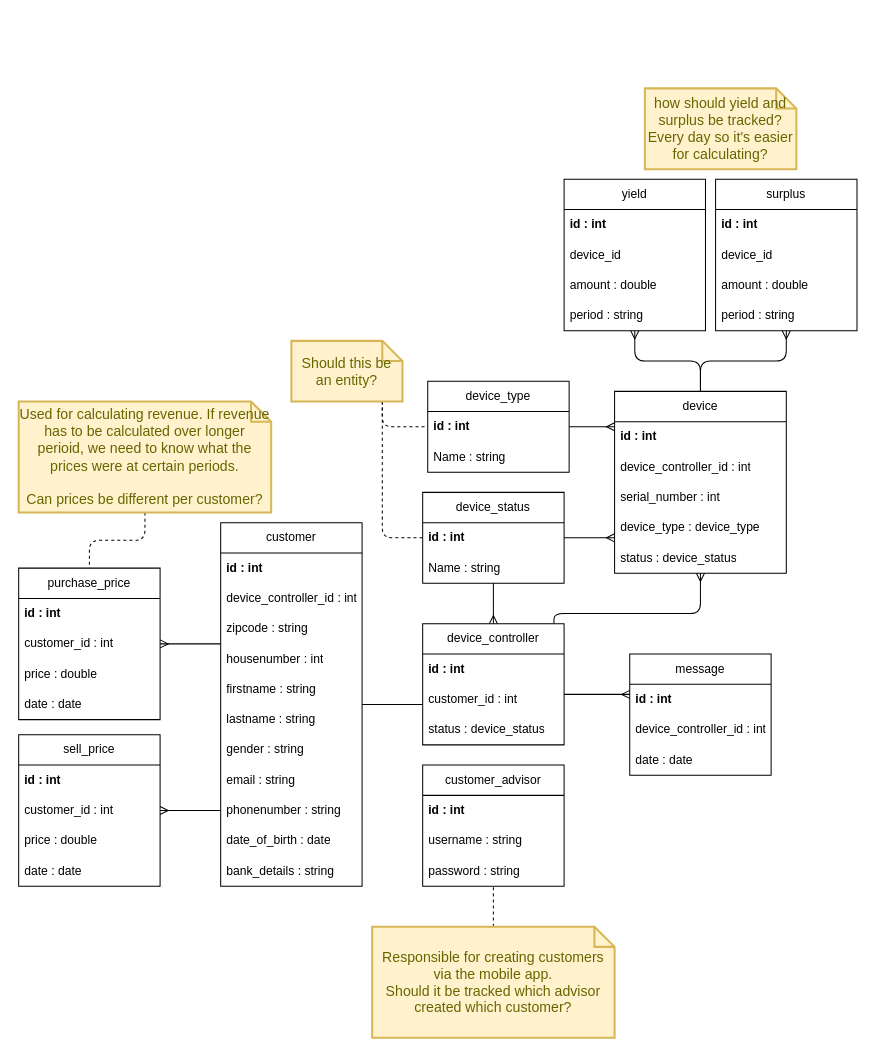
The draw.io diagram diagrams/ERD/ERD.drawio in JochemGrootherder/educom-ecopowrrr, before the edit. Source tidied: cells renumbered, new cells numbered last; positions are measured from the earlier drawing's top-left corner, leaving out a move shared by most shapes. Both pictures are drawn from the tidied source at 101%, with x=0, y=0 at pixel (18, 88).
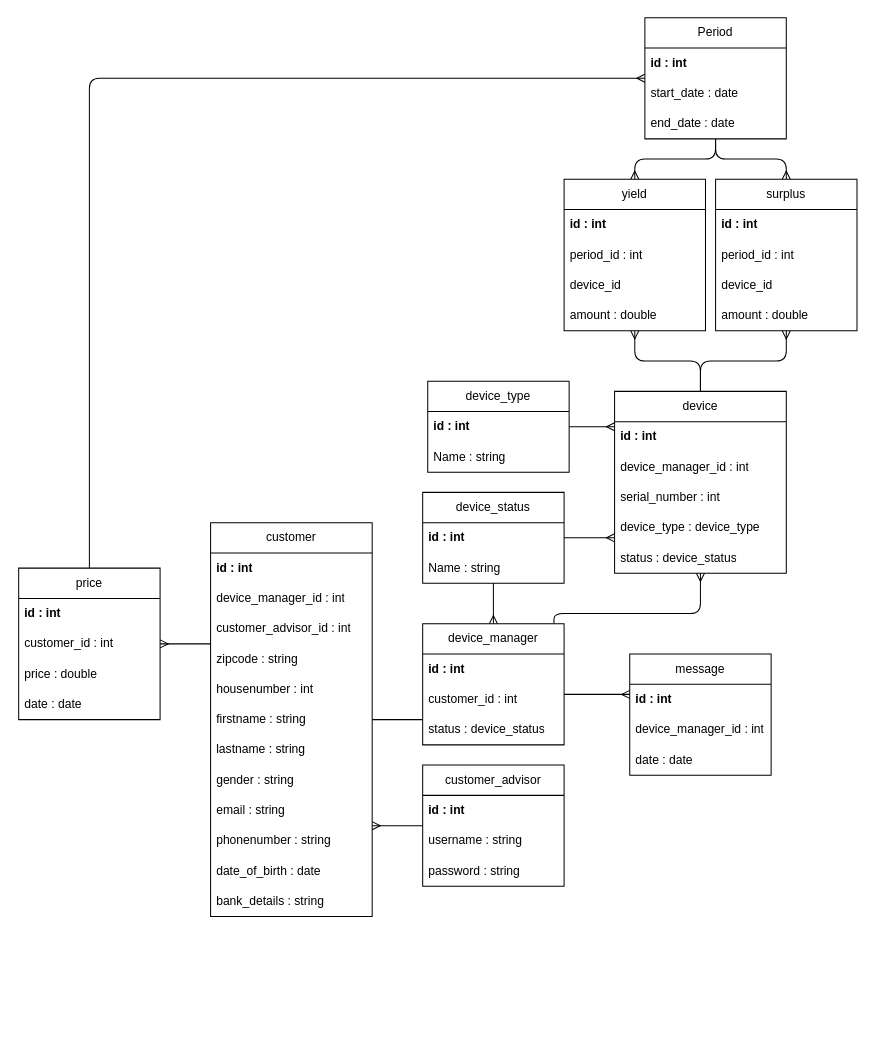
The same diagram, later.

Commit message (it also covers changes not shown here):
ERD definitive

Unchanged cells that the change refers to:
```xml
<mxCell id="2" value="customer_advisor" style="swimlane;fontStyle=0;horizontal=1;startSize=30;whiteSpace=wrap;html=1;fontSize=12;" parent="1" vertex="1">
  <mxGeometry x="400" y="670" width="140" height="120" as="geometry" />
</mxCell>
<mxCell id="12" value="device_status" style="swimlane;fontStyle=0;horizontal=1;startSize=30;whiteSpace=wrap;html=1;fontSize=12;" parent="1" vertex="1">
  <mxGeometry x="400" y="400" width="140" height="90" as="geometry" />
</mxCell>
<mxCell id="17" value="device" style="swimlane;fontStyle=0;horizontal=1;startSize=30;whiteSpace=wrap;html=1;fontSize=12;" parent="1" vertex="1">
  <mxGeometry x="590" y="300" width="170" height="180" as="geometry" />
</mxCell>
<mxCell id="24" value="device_type" style="swimlane;fontStyle=0;horizontal=1;startSize=30;whiteSpace=wrap;html=1;fontSize=12;" parent="1" vertex="1">
  <mxGeometry x="405" y="290" width="140" height="90" as="geometry" />
</mxCell>
<mxCell id="43" value="message" style="swimlane;fontStyle=0;horizontal=1;startSize=30;whiteSpace=wrap;html=1;fontSize=12;" parent="1" vertex="1">
  <mxGeometry x="605" y="560" width="140" height="120" as="geometry" />
</mxCell>
<mxCell id="51" value="yield" style="swimlane;fontStyle=0;horizontal=1;startSize=30;whiteSpace=wrap;html=1;fontSize=12;" parent="1" vertex="1">
  <mxGeometry x="540" y="90" width="140" height="150" as="geometry" />
</mxCell>
<mxCell id="56" value="surplus" style="swimlane;fontStyle=0;horizontal=1;startSize=30;whiteSpace=wrap;html=1;fontSize=12;" parent="1" vertex="1">
  <mxGeometry x="690" y="90" width="140" height="150" as="geometry" />
</mxCell>
```

What changed in the source:
```diff
@@
+    <mxCell id="76" style="edgeStyle=orthogonalEdgeStyle;html=1;startArrow=none;startFill=0;endArrow=ERmany;endFill=0;" parent="1" edge="1" source="2" target="30">
+      <mxGeometry relative="1" as="geometry">
+        <Array as="points">
+          <mxPoint x="360" y="730" />
+          <mxPoint x="360" y="730" />
+        </Array>
+      </mxGeometry>
+    </mxCell>
@@
-    <mxCell id="8" value="device_controller" style="swimlane;fontStyle=0;horizontal=1;startSize=30;whiteSpace=wrap;html=1;fontSize=12;" parent="1" vertex="1">
+    <mxCell id="8" value="device_manager" style="swimlane;fontStyle=0;horizontal=1;startSize=30;whiteSpace=wrap;html=1;fontSize=12;" parent="1" vertex="1">
       <mxGeometry x="400" y="530" width="140" height="120" as="geometry" />
     </mxCell>
@@
-    <mxCell id="19" value="device_controller_id : int" style="text;strokeColor=none;fillColor=none;align=left;verticalAlign=middle;spacingLeft=4;spacingRight=4;overflow=hidden;whiteSpace=wrap;html=1;fontSize=12;fontStyle=0;" parent="17" vertex="1">
+    <mxCell id="19" value="device_manager_id : int" style="text;strokeColor=none;fillColor=none;align=left;verticalAlign=middle;spacingLeft=4;spacingRight=4;overflow=hidden;whiteSpace=wrap;html=1;fontSize=12;fontStyle=0;" parent="17" vertex="1">
       <mxGeometry y="60" width="170" height="30" as="geometry" />
     </mxCell>
@@
-    <mxCell id="29" style="edgeStyle=orthogonalEdgeStyle;html=1;startArrow=none;startFill=0;endArrow=ERmany;endFill=0;" parent="1" edge="1" source="30" target="67">
-      <mxGeometry relative="1" as="geometry">
-        <Array as="points">
-          <mxPoint x="180" y="715" />
-          <mxPoint x="180" y="715" />
-        </Array>
-      </mxGeometry>
-    </mxCell>
     <mxCell id="30" value="customer" style="swimlane;fontStyle=0;horizontal=1;startSize=30;whiteSpace=wrap;html=1;fontSize=12;" parent="1" vertex="1">
-      <mxGeometry x="200" y="430" width="140" height="360" as="geometry" />
+      <mxGeometry x="190" y="430" width="160" height="390" as="geometry" />
     </mxCell>
     <mxCell id="31" value="id : int" style="text;strokeColor=none;fillColor=none;align=left;verticalAlign=middle;spacingLeft=4;spacingRight=4;overflow=hidden;whiteSpace=wrap;html=1;fontSize=12;fontStyle=1;" parent="30" vertex="1">
-      <mxGeometry y="30" width="140" height="30" as="geometry" />
+      <mxGeometry y="30" width="160" height="30" as="geometry" />
     </mxCell>
-    <mxCell id="32" value="device_controller_id : int" style="text;strokeColor=none;fillColor=none;align=left;verticalAlign=middle;spacingLeft=4;spacingRight=4;overflow=hidden;whiteSpace=wrap;html=1;fontSize=12;fontStyle=0;" parent="30" vertex="1">
-      <mxGeometry y="60" width="140" height="30" as="geometry" />
+    <mxCell id="32" value="device_manager_id : int" style="text;strokeColor=none;fillColor=none;align=left;verticalAlign=middle;spacingLeft=4;spacingRight=4;overflow=hidden;whiteSpace=wrap;html=1;fontSize=12;fontStyle=0;" parent="30" vertex="1">
+      <mxGeometry y="60" width="160" height="30" as="geometry" />
     </mxCell>
+    <mxCell id="77" value="customer_advisor_id : int" style="text;strokeColor=none;fillColor=none;align=left;verticalAlign=middle;spacingLeft=4;spacingRight=4;overflow=hidden;whiteSpace=wrap;html=1;fontSize=12;fontStyle=0;" parent="30" vertex="1">
+      <mxGeometry y="90" width="160" height="30" as="geometry" />
+    </mxCell>
     <mxCell id="33" value="zipcode : string" style="text;strokeColor=none;fillColor=none;align=left;verticalAlign=middle;spacingLeft=4;spacingRight=4;overflow=hidden;whiteSpace=wrap;html=1;fontSize=12;fontStyle=0;" parent="30" vertex="1">
-      <mxGeometry y="90" width="140" height="30" as="geometry" />
+      <mxGeometry y="120" width="160" height="30" as="geometry" />
     </mxCell>
     <mxCell id="34" value="housenumber : int" style="text;strokeColor=none;fillColor=none;align=left;verticalAlign=middle;spacingLeft=4;spacingRight=4;overflow=hidden;whiteSpace=wrap;html=1;fontSize=12;fontStyle=0;" parent="30" vertex="1">
-      <mxGeometry y="120" width="140" height="30" as="geometry" />
+      <mxGeometry y="150" width="160" height="30" as="geometry" />
     </mxCell>
     <mxCell id="35" value="firstname : string" style="text;strokeColor=none;fillColor=none;align=left;verticalAlign=middle;spacingLeft=4;spacingRight=4;overflow=hidden;whiteSpace=wrap;html=1;fontSize=12;fontStyle=0;" parent="30" vertex="1">
-      <mxGeometry y="150" width="140" height="30" as="geometry" />
+      <mxGeometry y="180" width="160" height="30" as="geometry" />
     </mxCell>
     <mxCell id="36" value="lastname : string" style="text;strokeColor=none;fillColor=none;align=left;verticalAlign=middle;spacingLeft=4;spacingRight=4;overflow=hidden;whiteSpace=wrap;html=1;fontSize=12;fontStyle=0;" parent="30" vertex="1">
-      <mxGeometry y="180" width="140" height="30" as="geometry" />
+      <mxGeometry y="210" width="160" height="30" as="geometry" />
     </mxCell>
     <mxCell id="37" value="gender : string" style="text;strokeColor=none;fillColor=none;align=left;verticalAlign=middle;spacingLeft=4;spacingRight=4;overflow=hidden;whiteSpace=wrap;html=1;fontSize=12;fontStyle=0;" parent="30" vertex="1">
-      <mxGeometry y="210" width="140" height="30" as="geometry" />
+      <mxGeometry y="240" width="160" height="30" as="geometry" />
     </mxCell>
     <mxCell id="38" value="email : string" style="text;strokeColor=none;fillColor=none;align=left;verticalAlign=middle;spacingLeft=4;spacingRight=4;overflow=hidden;whiteSpace=wrap;html=1;fontSize=12;fontStyle=0;" parent="30" vertex="1">
-      <mxGeometry y="240" width="140" height="30" as="geometry" />
+      <mxGeometry y="270" width="160" height="30" as="geometry" />
     </mxCell>
     <mxCell id="39" value="phonenumber : string" style="text;strokeColor=none;fillColor=none;align=left;verticalAlign=middle;spacingLeft=4;spacingRight=4;overflow=hidden;whiteSpace=wrap;html=1;fontSize=12;fontStyle=0;" parent="30" vertex="1">
-      <mxGeometry y="270" width="140" height="30" as="geometry" />
+      <mxGeometry y="300" width="160" height="30" as="geometry" />
     </mxCell>
     <mxCell id="40" value="date_of_birth : date" style="text;strokeColor=none;fillColor=none;align=left;verticalAlign=middle;spacingLeft=4;spacingRight=4;overflow=hidden;whiteSpace=wrap;html=1;fontSize=12;fontStyle=0;" parent="30" vertex="1">
-      <mxGeometry y="300" width="140" height="30" as="geometry" />
+      <mxGeometry y="330" width="160" height="30" as="geometry" />
     </mxCell>
     <mxCell id="41" value="bank_details : string" style="text;strokeColor=none;fillColor=none;align=left;verticalAlign=middle;spacingLeft=4;spacingRight=4;overflow=hidden;whiteSpace=wrap;html=1;fontSize=12;fontStyle=0;" parent="30" vertex="1">
-      <mxGeometry y="330" width="140" height="30" as="geometry" />
+      <mxGeometry y="360" width="160" height="30" as="geometry" />
     </mxCell>
@@
-    <mxCell id="45" value="device_controller_id : int" style="text;strokeColor=none;fillColor=none;align=left;verticalAlign=middle;spacingLeft=4;spacingRight=4;overflow=hidden;whiteSpace=wrap;html=1;fontSize=12;fontStyle=0;" parent="43" vertex="1">
+    <mxCell id="45" value="device_manager_id : int" style="text;strokeColor=none;fillColor=none;align=left;verticalAlign=middle;spacingLeft=4;spacingRight=4;overflow=hidden;whiteSpace=wrap;html=1;fontSize=12;fontStyle=0;" parent="43" vertex="1">
       <mxGeometry y="60" width="140" height="30" as="geometry" />
     </mxCell>
@@
-    <mxCell id="48" style="edgeStyle=orthogonalEdgeStyle;html=1;startArrow=none;startFill=0;endArrow=none;endFill=0;dashed=1;" parent="1" edge="1" source="50" target="12">
-      <mxGeometry relative="1" as="geometry">
-        <Array as="points">
-          <mxPoint x="360" y="445" />
-        </Array>
-      </mxGeometry>
-    </mxCell>
-    <mxCell id="49" style="edgeStyle=orthogonalEdgeStyle;html=1;dashed=1;startArrow=none;startFill=0;endArrow=none;endFill=0;" parent="1" edge="1" source="50" target="24">
-      <mxGeometry relative="1" as="geometry">
-        <Array as="points">
-          <mxPoint x="360" y="335" />
-        </Array>
-      </mxGeometry>
-    </mxCell>
-    <mxCell id="50" value="Should this be an entity?" style="shape=note;strokeWidth=2;fontSize=14;size=20;whiteSpace=wrap;html=1;fillColor=#fff2cc;strokeColor=#d6b656;fontColor=#666600;" parent="1" vertex="1">
-      <mxGeometry x="270" y="250" width="110" height="60" as="geometry" />
-    </mxCell>
@@
+    <mxCell id="55" value="period_id : int" style="text;strokeColor=none;fillColor=none;align=left;verticalAlign=middle;spacingLeft=4;spacingRight=4;overflow=hidden;whiteSpace=wrap;html=1;fontSize=12;fontStyle=0;" parent="51" vertex="1">
+      <mxGeometry y="60" width="140" height="30" as="geometry" />
+    </mxCell>
     <mxCell id="53" value="device_id" style="text;strokeColor=none;fillColor=none;align=left;verticalAlign=middle;spacingLeft=4;spacingRight=4;overflow=hidden;whiteSpace=wrap;html=1;fontSize=12;fontStyle=0;" parent="51" vertex="1">
-      <mxGeometry y="60" width="140" height="30" as="geometry" />
+      <mxGeometry y="90" width="140" height="30" as="geometry" />
     </mxCell>
     <mxCell id="54" value="amount : double" style="text;strokeColor=none;fillColor=none;align=left;verticalAlign=middle;spacingLeft=4;spacingRight=4;overflow=hidden;whiteSpace=wrap;html=1;fontSize=12;fontStyle=0;" parent="51" vertex="1">
-      <mxGeometry y="90" width="140" height="30" as="geometry" />
+      <mxGeometry y="120" width="140" height="30" as="geometry" />
     </mxCell>
-    <mxCell id="55" value="period : string" style="text;strokeColor=none;fillColor=none;align=left;verticalAlign=middle;spacingLeft=4;spacingRight=4;overflow=hidden;whiteSpace=wrap;html=1;fontSize=12;fontStyle=0;" parent="51" vertex="1">
-      <mxGeometry y="120" width="140" height="30" as="geometry" />
-    </mxCell>
@@
+    <mxCell id="60" value="period_id : int" style="text;strokeColor=none;fillColor=none;align=left;verticalAlign=middle;spacingLeft=4;spacingRight=4;overflow=hidden;whiteSpace=wrap;html=1;fontSize=12;fontStyle=0;" parent="56" vertex="1">
+      <mxGeometry y="60" width="140" height="30" as="geometry" />
+    </mxCell>
     <mxCell id="58" value="device_id" style="text;strokeColor=none;fillColor=none;align=left;verticalAlign=middle;spacingLeft=4;spacingRight=4;overflow=hidden;whiteSpace=wrap;html=1;fontSize=12;fontStyle=0;" parent="56" vertex="1">
-      <mxGeometry y="60" width="140" height="30" as="geometry" />
+      <mxGeometry y="90" width="140" height="30" as="geometry" />
     </mxCell>
     <mxCell id="59" value="amount : double" style="text;strokeColor=none;fillColor=none;align=left;verticalAlign=middle;spacingLeft=4;spacingRight=4;overflow=hidden;whiteSpace=wrap;html=1;fontSize=12;fontStyle=0;" parent="56" vertex="1">
-      <mxGeometry y="90" width="140" height="30" as="geometry" />
+      <mxGeometry y="120" width="140" height="30" as="geometry" />
     </mxCell>
-    <mxCell id="60" value="period : string" style="text;strokeColor=none;fillColor=none;align=left;verticalAlign=middle;spacingLeft=4;spacingRight=4;overflow=hidden;whiteSpace=wrap;html=1;fontSize=12;fontStyle=0;" parent="56" vertex="1">
-      <mxGeometry y="120" width="140" height="30" as="geometry" />
-    </mxCell>
-    <mxCell id="61" value="how should yield and surplus be tracked? Every day so it's easier for calculating?" style="shape=note;strokeWidth=2;fontSize=14;size=20;whiteSpace=wrap;html=1;fillColor=#fff2cc;strokeColor=#d6b656;fontColor=#666600;" parent="1" vertex="1">
-      <mxGeometry x="620" width="150" height="80" as="geometry" />
-    </mxCell>
+    <mxCell id="78" style="edgeStyle=orthogonalEdgeStyle;html=1;startArrow=none;startFill=0;endArrow=ERmany;endFill=0;" parent="1" edge="1" source="62" target="81">
+      <mxGeometry relative="1" as="geometry">
+        <Array as="points">
+          <mxPoint x="70" y="-10" />
+        </Array>
+      </mxGeometry>
+    </mxCell>
-    <mxCell id="62" value="purchase_price" style="swimlane;fontStyle=0;horizontal=1;startSize=30;whiteSpace=wrap;html=1;fontSize=12;" parent="1" vertex="1">
+    <mxCell id="62" value="price" style="swimlane;fontStyle=0;horizontal=1;startSize=30;whiteSpace=wrap;html=1;fontSize=12;" parent="1" vertex="1">
       <mxGeometry y="475" width="140" height="150" as="geometry" />
     </mxCell>
@@
-    <mxCell id="67" value="sell_price" style="swimlane;fontStyle=0;horizontal=1;startSize=30;whiteSpace=wrap;html=1;fontSize=12;" parent="1" vertex="1">
-      <mxGeometry y="640" width="140" height="150" as="geometry" />
-    </mxCell>
+    <mxCell id="79" style="edgeStyle=orthogonalEdgeStyle;html=1;startArrow=none;startFill=0;endArrow=ERmany;endFill=0;" parent="1" edge="1" source="81" target="56">
+      <mxGeometry relative="1" as="geometry" />
+    </mxCell>
+    <mxCell id="80" style="edgeStyle=orthogonalEdgeStyle;html=1;startArrow=none;startFill=0;endArrow=ERmany;endFill=0;" parent="1" edge="1" source="81" target="51">
+      <mxGeometry relative="1" as="geometry" />
+    </mxCell>
+    <mxCell id="81" value="Period" style="swimlane;fontStyle=0;horizontal=1;startSize=30;whiteSpace=wrap;html=1;fontSize=12;" parent="1" vertex="1">
+      <mxGeometry x="620" y="-70" width="140" height="120" as="geometry" />
+    </mxCell>
-    <mxCell id="68" value="id : int" style="text;strokeColor=none;fillColor=none;align=left;verticalAlign=middle;spacingLeft=4;spacingRight=4;overflow=hidden;whiteSpace=wrap;html=1;fontSize=12;fontStyle=1;" parent="67" vertex="1">
+    <mxCell id="68" value="id : int" style="text;strokeColor=none;fillColor=none;align=left;verticalAlign=middle;spacingLeft=4;spacingRight=4;overflow=hidden;whiteSpace=wrap;html=1;fontSize=12;fontStyle=1;" parent="81" vertex="1">
       <mxGeometry y="30" width="140" height="30" as="geometry" />
     </mxCell>
-    <mxCell id="69" value="customer_id : int" style="text;strokeColor=none;fillColor=none;align=left;verticalAlign=middle;spacingLeft=4;spacingRight=4;overflow=hidden;whiteSpace=wrap;html=1;fontSize=12;fontStyle=0;" parent="67" vertex="1">
-      <mxGeometry y="60" width="140" height="30" as="geometry" />
-    </mxCell>
-    <mxCell id="70" value="price : double" style="text;strokeColor=none;fillColor=none;align=left;verticalAlign=middle;spacingLeft=4;spacingRight=4;overflow=hidden;whiteSpace=wrap;html=1;fontSize=12;fontStyle=0;" parent="67" vertex="1">
-      <mxGeometry y="90" width="140" height="30" as="geometry" />
-    </mxCell>
-    <mxCell id="71" value="date : date" style="text;strokeColor=none;fillColor=none;align=left;verticalAlign=middle;spacingLeft=4;spacingRight=4;overflow=hidden;whiteSpace=wrap;html=1;fontSize=12;fontStyle=0;" parent="67" vertex="1">
-      <mxGeometry y="120" width="140" height="30" as="geometry" />
-    </mxCell>
-    <mxCell id="72" style="edgeStyle=orthogonalEdgeStyle;html=1;startArrow=none;startFill=0;endArrow=none;endFill=0;dashed=1;" parent="1" edge="1" source="73" target="2">
-      <mxGeometry relative="1" as="geometry" />
-    </mxCell>
-    <mxCell id="73" value="Responsible for creating customers via the mobile app.&lt;br&gt;Should it be tracked which advisor created which customer?" style="shape=note;strokeWidth=2;fontSize=14;size=20;whiteSpace=wrap;html=1;fillColor=#fff2cc;strokeColor=#d6b656;fontColor=#666600;" parent="1" vertex="1">
-      <mxGeometry x="350" y="830" width="240" height="110" as="geometry" />
-    </mxCell>
-    <mxCell id="74" style="edgeStyle=orthogonalEdgeStyle;html=1;dashed=1;startArrow=none;startFill=0;endArrow=none;endFill=0;" parent="1" edge="1" source="75" target="62">
-      <mxGeometry relative="1" as="geometry" />
-    </mxCell>
-    <mxCell id="75" value="Used for calculating revenue. If revenue has to be calculated over longer perioid, we need to know what the prices were at certain periods.&lt;br&gt;&lt;br&gt;Can prices be different per customer?" style="shape=note;strokeWidth=2;fontSize=14;size=20;whiteSpace=wrap;html=1;fillColor=#fff2cc;strokeColor=#d6b656;fontColor=#666600;" parent="1" vertex="1">
-      <mxGeometry y="310" width="250" height="110" as="geometry" />
-    </mxCell>
+    <mxCell id="82" value="start_date : date" style="text;strokeColor=none;fillColor=none;align=left;verticalAlign=middle;spacingLeft=4;spacingRight=4;overflow=hidden;whiteSpace=wrap;html=1;fontSize=12;fontStyle=0;" parent="81" vertex="1">
+      <mxGeometry y="60" width="140" height="30" as="geometry" />
+    </mxCell>
+    <mxCell id="83" value="end_date : date" style="text;strokeColor=none;fillColor=none;align=left;verticalAlign=middle;spacingLeft=4;spacingRight=4;overflow=hidden;whiteSpace=wrap;html=1;fontSize=12;fontStyle=0;" parent="81" vertex="1">
+      <mxGeometry y="90" width="140" height="30" as="geometry" />
+    </mxCell>
```
